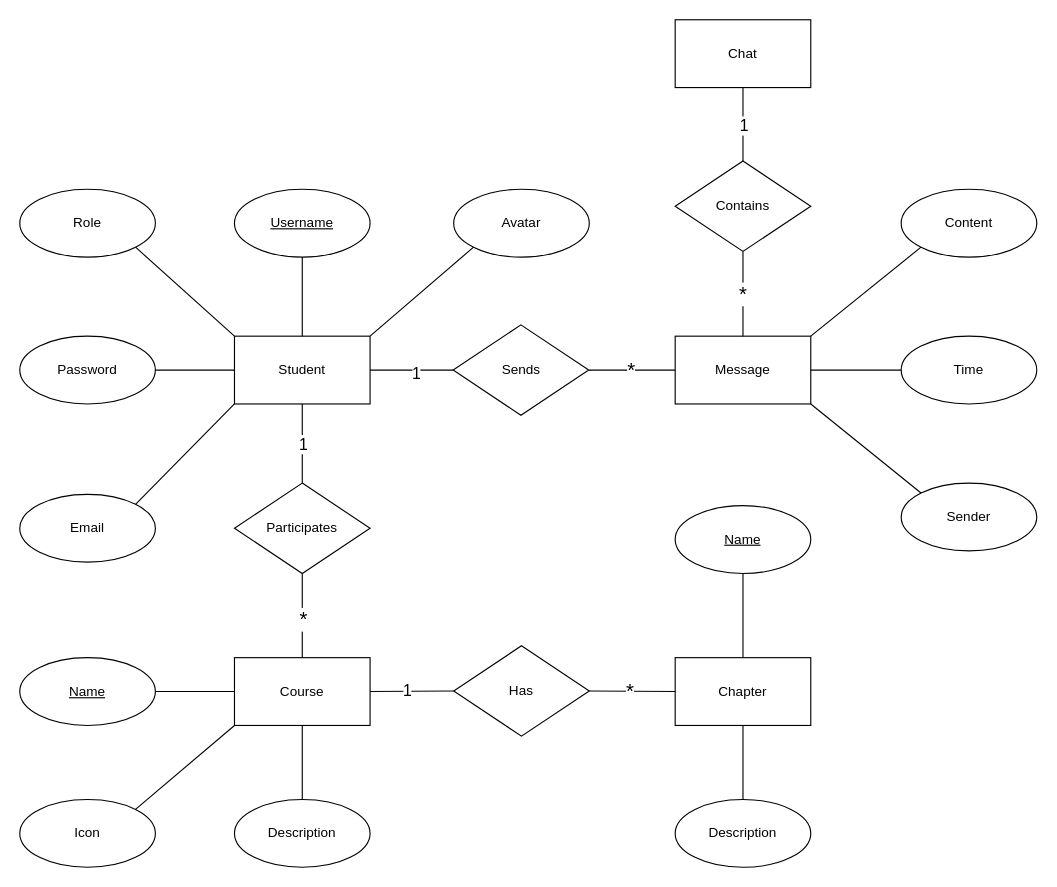
Flyyrin/aspl-ai-software-learning-platform keeps this draw.io diagram as Analyse/er-diagram-aspl.drawio. Above is the earlier version. Source tidied: cells renumbered, new cells numbered last; positions are measured from the earlier drawing's top-left corner, leaving out a move shared by most shapes. Both pictures are drawn from the tidied source at 113%, with x=0, y=0 at pixel (19, 19).
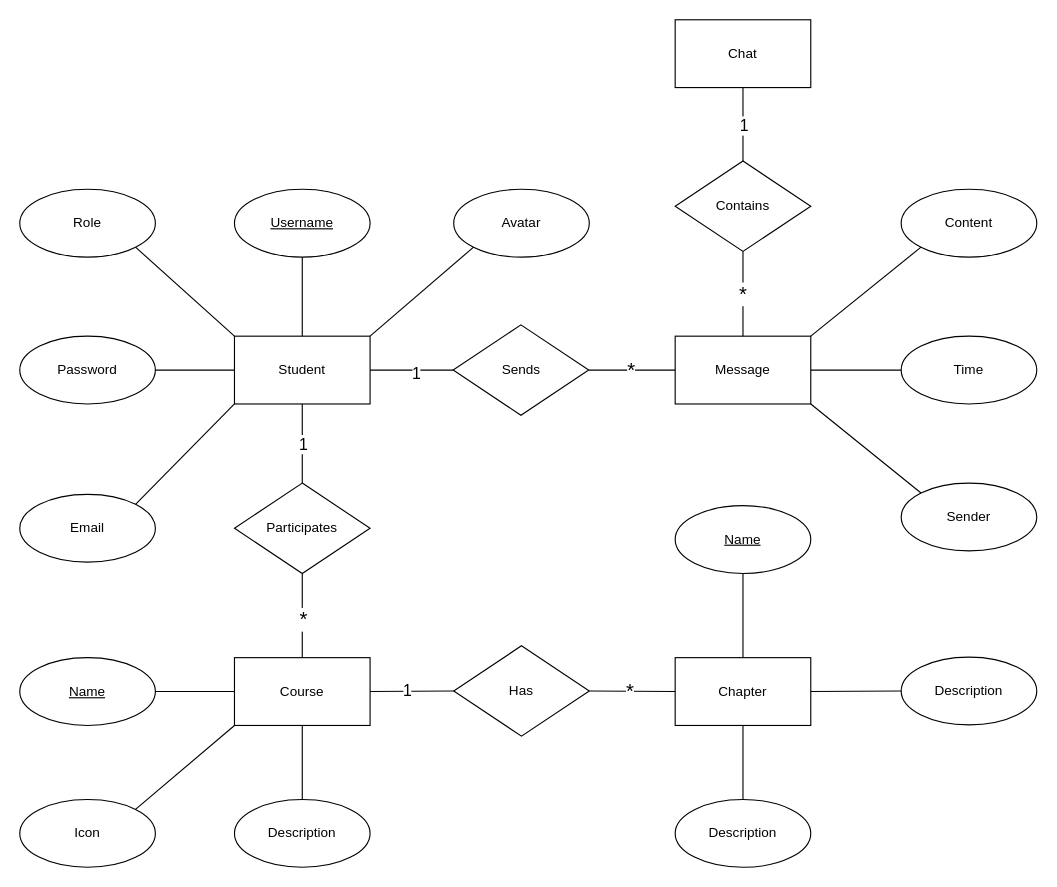
The same page after the edit.

The change refers to these unchanged cells:
```xml
<mxCell id="20" value="&lt;div style=&quot;text-align: start;&quot;&gt;Chapter&lt;/div&gt;" style="rounded=0;whiteSpace=wrap;html=1;" parent="1" vertex="1">
  <mxGeometry x="580" y="564.5" width="120" height="60" as="geometry" />
</mxCell>
```

Change to the diagram source:
```diff
@@
+    <mxCell id="53" value="Description" style="ellipse;whiteSpace=wrap;html=1;" parent="1" vertex="1">
+      <mxGeometry x="780" y="564" width="120" height="60" as="geometry" />
+    </mxCell>
+    <mxCell id="54" style="endArrow=none;html=1;rounded=0;entryX=1;entryY=0.5;entryDx=0;entryDy=0;exitX=0;exitY=0.5;exitDx=0;exitDy=0;" parent="1" edge="1" source="53" target="20">
+      <mxGeometry relative="1" as="geometry" />
+    </mxCell>
```
